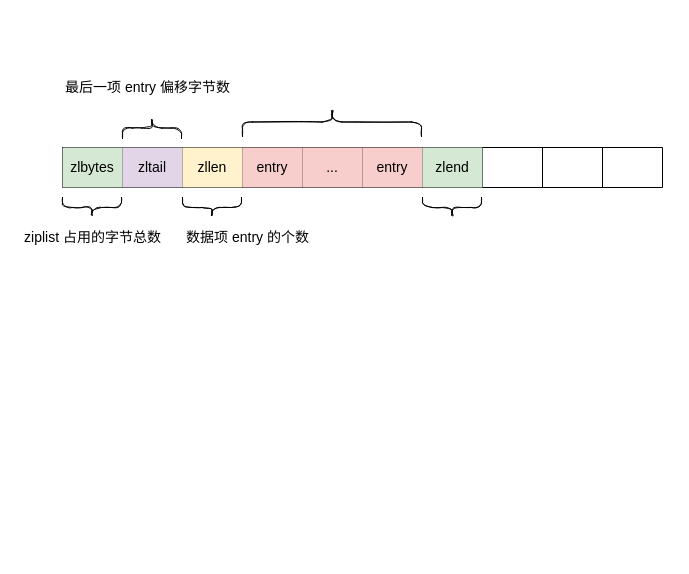
Above: drawio/redis/ziplist数据结构.drawio in guitarock/my-pics (draw.io), before the change. Source tidied: cells renumbered, new cells numbered last; positions are measured from the earlier drawing's top-left corner, leaving out a move shared by most shapes. Both pictures are drawn from the tidied source at 100%, with x=0, y=0 at pixel (16, 77).
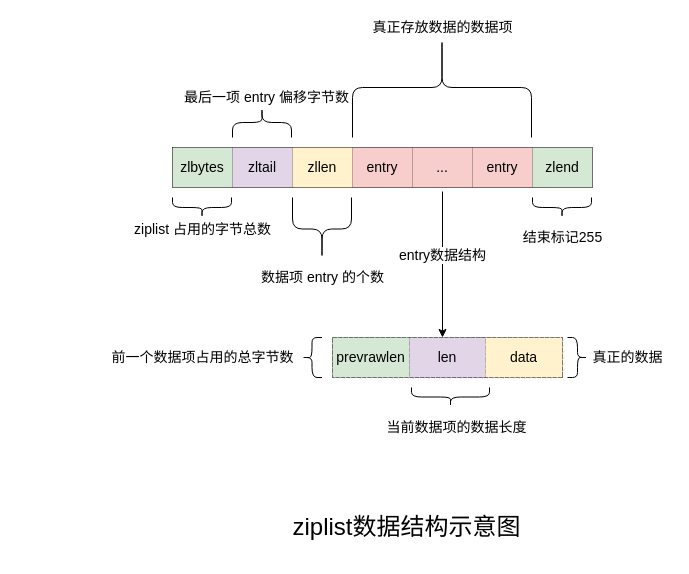
Above is the later version.

Commit message (it also covers changes not shown here):
更新ziplist数据结构.drawio

Change to the diagram source:
```diff
@@
     <mxCell id="2" style="shape=table;startSize=0;childLayout=tableLayout;fontSize=14;labelBackgroundColor=default;sketch=0;" parent="1" vertex="1">
-      <mxGeometry x="46" y="70" width="600" height="40" as="geometry" />
+      <mxGeometry x="156" y="70" width="420" height="40" as="geometry" />
     </mxCell>
     <mxCell id="3" style="shape=partialRectangle;fillColor=none;top=0;left=0;bottom=0;right=0;fontSize=14;" parent="2" vertex="1">
-      <mxGeometry width="600" height="40" as="geometry" />
+      <mxGeometry width="420" height="40" as="geometry" />
     </mxCell>
@@
-    <mxCell id="11" style="shape=partialRectangle;html=1;whiteSpace=wrap;overflow=hidden;fillColor=none;top=0;left=0;bottom=0;right=0;fontSize=14;" parent="3" vertex="1">
-      <mxGeometry x="420" width="60" height="40" as="geometry" />
-    </mxCell>
-    <mxCell id="12" style="shape=partialRectangle;html=1;whiteSpace=wrap;overflow=hidden;fillColor=none;top=0;left=0;bottom=0;right=0;fontSize=14;" parent="3" vertex="1">
-      <mxGeometry x="480" width="60" height="40" as="geometry" />
-    </mxCell>
-    <mxCell id="13" style="shape=partialRectangle;html=1;whiteSpace=wrap;overflow=hidden;fillColor=none;top=0;left=0;bottom=0;right=0;fontSize=14;" parent="3" vertex="1">
-      <mxGeometry x="540" width="60" height="40" as="geometry" />
-    </mxCell>
-    <mxCell id="14" style="shape=curlyBracket;whiteSpace=wrap;html=1;rounded=1;flipH=1;labelBackgroundColor=default;sketch=1;fontSize=14;gradientColor=none;gradientDirection=radial;direction=north;" parent="1" vertex="1">
-      <mxGeometry x="46" y="120" width="59" height="20" as="geometry" />
+    <mxCell id="14" style="shape=curlyBracket;whiteSpace=wrap;html=1;rounded=1;flipH=1;labelBackgroundColor=default;sketch=0;fontSize=14;gradientColor=none;gradientDirection=radial;direction=north;" parent="1" vertex="1">
+      <mxGeometry x="156" y="120" width="59" height="20" as="geometry" />
     </mxCell>
-    <mxCell id="15" style="shape=curlyBracket;whiteSpace=wrap;html=1;rounded=1;labelBackgroundColor=default;sketch=1;fontSize=14;gradientColor=none;gradientDirection=radial;direction=south;" parent="1" vertex="1">
-      <mxGeometry x="106" y="40" width="59" height="21" as="geometry" />
+    <mxCell id="15" style="shape=curlyBracket;whiteSpace=wrap;html=1;rounded=1;labelBackgroundColor=default;sketch=0;fontSize=14;gradientColor=none;gradientDirection=radial;direction=south;" parent="1" vertex="1">
+      <mxGeometry x="216" y="30" width="59" height="30" as="geometry" />
     </mxCell>
-    <mxCell id="16" style="shape=curlyBracket;whiteSpace=wrap;html=1;rounded=1;labelBackgroundColor=default;sketch=1;fontSize=14;gradientColor=none;gradientDirection=radial;direction=south;" parent="1" vertex="1">
-      <mxGeometry x="226" y="30" width="179" height="29" as="geometry" />
+    <mxCell id="16" style="shape=curlyBracket;whiteSpace=wrap;html=1;rounded=1;labelBackgroundColor=default;sketch=0;fontSize=14;gradientColor=none;gradientDirection=radial;direction=south;" parent="1" vertex="1">
+      <mxGeometry x="336" y="-40" width="179" height="100" as="geometry" />
     </mxCell>
-    <mxCell id="17" style="shape=curlyBracket;whiteSpace=wrap;html=1;rounded=1;flipH=1;labelBackgroundColor=default;sketch=1;fontSize=14;gradientColor=none;gradientDirection=radial;direction=north;" parent="1" vertex="1">
-      <mxGeometry x="166" y="120" width="59" height="20" as="geometry" />
+    <mxCell id="17" style="shape=curlyBracket;whiteSpace=wrap;html=1;rounded=1;flipH=1;labelBackgroundColor=default;sketch=0;fontSize=14;gradientColor=none;gradientDirection=radial;direction=north;" parent="1" vertex="1">
+      <mxGeometry x="276" y="120" width="59" height="63" as="geometry" />
     </mxCell>
-    <mxCell id="18" style="shape=curlyBracket;whiteSpace=wrap;html=1;rounded=1;flipH=1;labelBackgroundColor=default;sketch=1;fontSize=14;gradientColor=none;gradientDirection=radial;direction=north;" parent="1" vertex="1">
-      <mxGeometry x="406" y="120" width="59" height="20" as="geometry" />
+    <mxCell id="18" style="shape=curlyBracket;whiteSpace=wrap;html=1;rounded=1;flipH=1;labelBackgroundColor=default;sketch=0;fontSize=14;gradientColor=none;gradientDirection=radial;direction=north;" parent="1" vertex="1">
+      <mxGeometry x="516" y="120" width="59" height="20" as="geometry" />
     </mxCell>
     <mxCell id="19" value="ziplist 占用的字节总数" style="text;html=1;align=center;verticalAlign=middle;fillColor=none;strokeColor=none;rounded=0;labelBackgroundColor=default;sketch=1;fontSize=14;" parent="1" vertex="1">
-      <mxGeometry x="0.5" y="150" width="150" height="20" as="geometry" />
+      <mxGeometry x="110.5" y="141.5" width="150" height="20" as="geometry" />
     </mxCell>
     <mxCell id="20" value="最后一项 entry 偏移字节数" style="text;html=1;align=center;verticalAlign=middle;fillColor=none;strokeColor=none;rounded=0;labelBackgroundColor=default;sketch=1;fontSize=14;" parent="1" vertex="1">
-      <mxGeometry x="41" width="180" height="20" as="geometry" />
+      <mxGeometry x="160" y="10" width="180" height="20" as="geometry" />
     </mxCell>
     <mxCell id="21" value="数据项 entry 的个数" style="text;html=1;align=center;verticalAlign=middle;fillColor=none;strokeColor=none;rounded=0;labelBackgroundColor=default;sketch=1;fontSize=14;" parent="1" vertex="1">
-      <mxGeometry x="161" y="150" width="140" height="20" as="geometry" />
+      <mxGeometry x="236" y="190" width="140" height="20" as="geometry" />
     </mxCell>
+    <mxCell id="22" value="真正存放数据的数据项" style="text;html=1;align=center;verticalAlign=middle;fillColor=none;strokeColor=none;rounded=0;labelBackgroundColor=default;sketch=1;fontSize=14;" parent="1" vertex="1">
+      <mxGeometry x="345.5" y="-60" width="160" height="20" as="geometry" />
+    </mxCell>
+    <mxCell id="23" value="结束标记255" style="text;html=1;align=center;verticalAlign=middle;fillColor=none;strokeColor=none;rounded=0;labelBackgroundColor=default;sketch=1;fontSize=14;" parent="1" vertex="1">
+      <mxGeometry x="500.5" y="150" width="90" height="20" as="geometry" />
+    </mxCell>
+    <mxCell id="24" style="endArrow=classic;html=1;rounded=0;fontSize=14;" parent="1" edge="1">
+      <mxGeometry relative="1" as="geometry">
+        <mxPoint x="426" y="114" as="sourcePoint" />
+        <mxPoint x="426" y="260" as="targetPoint" />
+      </mxGeometry>
+    </mxCell>
+    <mxCell id="25" value="entry数据结构" style="edgeLabel;html=1;align=center;verticalAlign=middle;fontSize=14;" parent="24" vertex="1">
+      <mxGeometry x="-0.14" y="-1" relative="1" as="geometry" />
+    </mxCell>
+    <mxCell id="26" style="shape=table;startSize=0;childLayout=tableLayout;labelBackgroundColor=default;sketch=0;fontSize=14;gradientColor=none;gradientDirection=radial;" parent="1" vertex="1">
+      <mxGeometry x="316" y="260" width="230" height="40" as="geometry" />
+    </mxCell>
+    <mxCell id="27" style="shape=partialRectangle;fillColor=#e1d5e7;top=0;left=0;bottom=0;right=0;labelBackgroundColor=default;sketch=1;fontSize=14;strokeColor=#9673a6;" parent="26" vertex="1">
+      <mxGeometry width="230" height="40" as="geometry" />
+    </mxCell>
+    <mxCell id="28" value="&lt;div&gt;prevrawlen&lt;br&gt;              &lt;/div&gt;" style="shape=partialRectangle;html=1;whiteSpace=wrap;overflow=hidden;top=0;left=0;bottom=0;right=0;labelBackgroundColor=none;sketch=0;fontSize=14;fillColor=#d5e8d4;strokeColor=#82b366;" parent="27" vertex="1">
+      <mxGeometry width="77" height="40" as="geometry" />
+    </mxCell>
+    <mxCell id="29" value="&lt;div&gt;len&lt;br&gt;              &lt;/div&gt;" style="shape=partialRectangle;html=1;whiteSpace=wrap;overflow=hidden;fillColor=#e1d5e7;top=0;left=0;bottom=0;right=0;labelBackgroundColor=none;sketch=0;fontSize=14;strokeColor=#9673a6;" parent="27" vertex="1">
+      <mxGeometry x="77" width="76" height="40" as="geometry" />
+    </mxCell>
+    <mxCell id="30" value="&lt;div&gt;data&lt;br&gt;              &lt;/div&gt;" style="shape=partialRectangle;html=1;whiteSpace=wrap;overflow=hidden;fillColor=#fff2cc;top=0;left=0;bottom=0;right=0;labelBackgroundColor=none;sketch=0;fontSize=14;strokeColor=#d6b656;" parent="27" vertex="1">
+      <mxGeometry x="153" width="77" height="40" as="geometry" />
+    </mxCell>
+    <mxCell id="31" style="shape=curlyBracket;whiteSpace=wrap;html=1;rounded=1;flipH=1;labelBackgroundColor=none;sketch=0;fontSize=14;gradientColor=none;gradientDirection=radial;" parent="1" vertex="1">
+      <mxGeometry x="551" y="260" width="20" height="40" as="geometry" />
+    </mxCell>
+    <mxCell id="32" style="shape=curlyBracket;whiteSpace=wrap;html=1;rounded=1;flipH=1;labelBackgroundColor=none;sketch=0;fontSize=14;gradientColor=none;gradientDirection=radial;direction=west;" parent="1" vertex="1">
+      <mxGeometry x="285.5" y="260" width="20" height="40" as="geometry" />
+    </mxCell>
+    <mxCell id="33" style="shape=curlyBracket;whiteSpace=wrap;html=1;rounded=1;flipH=1;labelBackgroundColor=none;sketch=0;fontSize=14;gradientColor=none;gradientDirection=radial;direction=north;" parent="1" vertex="1">
+      <mxGeometry x="395" y="310" width="78" height="19" as="geometry" />
+    </mxCell>
+    <mxCell id="34" value="前一个数据项占用的总字节数" style="text;html=1;align=center;verticalAlign=middle;fillColor=none;strokeColor=none;rounded=0;labelBackgroundColor=default;sketch=1;fontSize=14;" parent="1" vertex="1">
+      <mxGeometry x="86" y="270" width="200" height="20" as="geometry" />
+    </mxCell>
+    <mxCell id="35" value="当前数据项的数据长度" style="text;html=1;align=center;verticalAlign=middle;fillColor=none;strokeColor=none;rounded=0;labelBackgroundColor=default;sketch=1;fontSize=14;" parent="1" vertex="1">
+      <mxGeometry x="360" y="340" width="160" height="20" as="geometry" />
+    </mxCell>
+    <mxCell id="36" value="&lt;div style=&quot;line-height: 1.75 ; text-align: left&quot;&gt;&lt;font style=&quot;font-size: 14px&quot;&gt;真正的数据&lt;/font&gt;&lt;/div&gt;" style="text;html=1;align=center;verticalAlign=middle;fillColor=none;strokeColor=none;rounded=0;labelBackgroundColor=default;sketch=1;fontSize=14;" parent="1" vertex="1">
+      <mxGeometry x="566" y="265" width="90" height="30" as="geometry" />
+    </mxCell>
+    <mxCell id="37" value="&lt;span style=&quot;font-weight: normal&quot;&gt;ziplist数据结构示意图&lt;/span&gt;" style="text;strokeColor=none;fillColor=none;html=1;fontSize=24;fontStyle=1;verticalAlign=middle;align=center;labelBackgroundColor=none;sketch=0;" parent="1" vertex="1">
+      <mxGeometry x="246" y="420" width="287" height="60" as="geometry" />
+    </mxCell>
```
